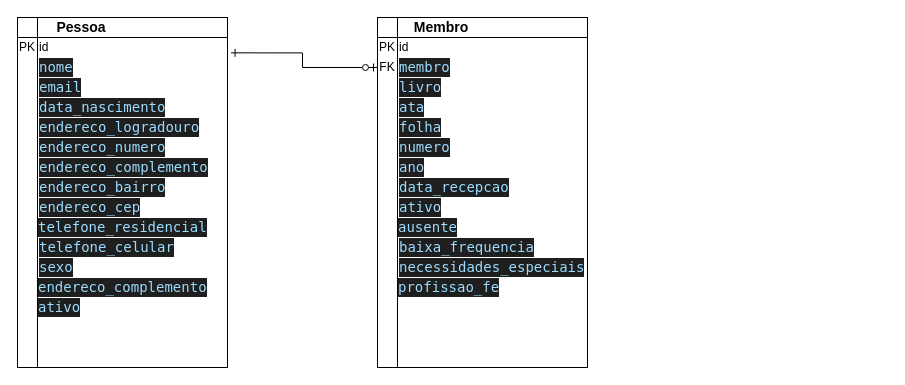
Earlier version of the draw.io diagram docs/entidade_relacionamento.drawio (gustavomca/django_mf). Source tidied: cells renumbered, new cells numbered last; positions are measured from the earlier drawing's top-left corner, leaving out a move shared by most shapes. Both pictures are drawn from the tidied source at 100%, with x=0, y=0 at pixel (17, 17).
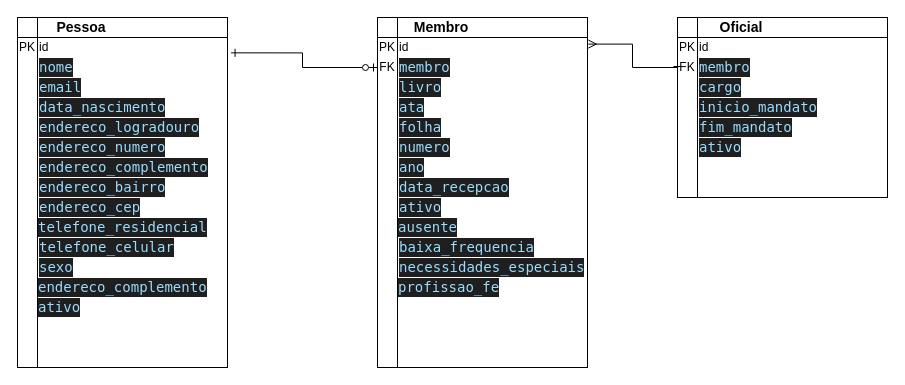
The same diagram, later.

Unchanged cells that the change refers to:
```xml
<mxCell id="22" style="shape=internalStorage;whiteSpace=wrap;html=1;backgroundOutline=1;" parent="21" vertex="1">
  <mxGeometry width="210" height="350" as="geometry" />
</mxCell>
```

What changed in the source:
```diff
@@
+    <mxCell id="40" style="group;" parent="1" vertex="1">
+      <mxGeometry x="660" width="210" height="180" as="geometry" />
+    </mxCell>
+    <mxCell id="41" style="shape=internalStorage;whiteSpace=wrap;html=1;backgroundOutline=1;" parent="40" vertex="1">
+      <mxGeometry width="210" height="180" as="geometry" />
+    </mxCell>
+    <mxCell id="42" value="id" style="text;html=1;strokeColor=none;fillColor=none;align=left;verticalAlign=middle;whiteSpace=wrap;rounded=0;" parent="40" vertex="1">
+      <mxGeometry x="20" y="20" width="90" height="20" as="geometry" />
+    </mxCell>
+    <mxCell id="43" value="&lt;div style=&quot;color: rgb(204, 204, 204); background-color: rgb(31, 31, 31); font-family: &amp;quot;Droid Sans Mono&amp;quot;, &amp;quot;monospace&amp;quot;, monospace; font-weight: normal; font-size: 14px; line-height: 19px;&quot;&gt;&lt;div&gt;&lt;span style=&quot;color: #9cdcfe;&quot;&gt;membro&lt;/span&gt;&lt;/div&gt;&lt;/div&gt;" style="text;html=1;strokeColor=none;fillColor=none;align=left;verticalAlign=middle;whiteSpace=wrap;rounded=0;" parent="40" vertex="1">
+      <mxGeometry x="20" y="40" width="90" height="20" as="geometry" />
+    </mxCell>
+    <mxCell id="44" value="&lt;div style=&quot;color: rgb(204, 204, 204); background-color: rgb(31, 31, 31); font-family: &amp;quot;Droid Sans Mono&amp;quot;, &amp;quot;monospace&amp;quot;, monospace; font-weight: normal; font-size: 14px; line-height: 19px;&quot;&gt;&lt;div&gt;&lt;span style=&quot;color: #9cdcfe;&quot;&gt;cargo&lt;/span&gt;&lt;/div&gt;&lt;/div&gt;" style="text;html=1;strokeColor=none;fillColor=none;align=left;verticalAlign=middle;whiteSpace=wrap;rounded=0;" parent="40" vertex="1">
+      <mxGeometry x="20" y="60" width="90" height="20" as="geometry" />
+    </mxCell>
+    <mxCell id="45" value="&lt;div style=&quot;color: rgb(204, 204, 204); background-color: rgb(31, 31, 31); font-family: &amp;quot;Droid Sans Mono&amp;quot;, &amp;quot;monospace&amp;quot;, monospace; font-weight: normal; font-size: 14px; line-height: 19px;&quot;&gt;&lt;div&gt;&lt;span style=&quot;color: #9cdcfe;&quot;&gt;inicio_mandato&lt;/span&gt;&lt;/div&gt;&lt;/div&gt;" style="text;html=1;strokeColor=none;fillColor=none;align=left;verticalAlign=middle;whiteSpace=wrap;rounded=0;" parent="40" vertex="1">
+      <mxGeometry x="20" y="80" width="90" height="20" as="geometry" />
+    </mxCell>
+    <mxCell id="46" value="&lt;div style=&quot;color: rgb(204, 204, 204); background-color: rgb(31, 31, 31); font-family: &amp;quot;Droid Sans Mono&amp;quot;, &amp;quot;monospace&amp;quot;, monospace; font-weight: normal; font-size: 14px; line-height: 19px;&quot;&gt;&lt;div&gt;&lt;span style=&quot;color: #9cdcfe;&quot;&gt;fim_mandato&lt;/span&gt;&lt;/div&gt;&lt;/div&gt;" style="text;html=1;strokeColor=none;fillColor=none;align=left;verticalAlign=middle;whiteSpace=wrap;rounded=0;" parent="40" vertex="1">
+      <mxGeometry x="20" y="100" width="90" height="20" as="geometry" />
+    </mxCell>
+    <mxCell id="47" value="&lt;div style=&quot;color: rgb(204, 204, 204); background-color: rgb(31, 31, 31); font-family: &amp;quot;Droid Sans Mono&amp;quot;, &amp;quot;monospace&amp;quot;, monospace; font-weight: normal; font-size: 14px; line-height: 19px;&quot;&gt;&lt;div&gt;&lt;span style=&quot;color: #9cdcfe;&quot;&gt;ativo&lt;/span&gt;&lt;/div&gt;&lt;/div&gt;" style="text;html=1;strokeColor=none;fillColor=none;align=left;verticalAlign=middle;whiteSpace=wrap;rounded=0;" parent="40" vertex="1">
+      <mxGeometry x="20" y="120" width="90" height="20" as="geometry" />
+    </mxCell>
+    <mxCell id="48" value="Oficial" style="text;html=1;strokeColor=none;fillColor=none;align=center;verticalAlign=middle;whiteSpace=wrap;rounded=0;fontSize=14;fontStyle=1;" parent="40" vertex="1">
+      <mxGeometry x="19" width="90" height="20" as="geometry" />
+    </mxCell>
+    <mxCell id="49" value="PK" style="text;html=1;strokeColor=none;fillColor=none;align=center;verticalAlign=middle;whiteSpace=wrap;rounded=0;" parent="40" vertex="1">
+      <mxGeometry y="20" width="20" height="20" as="geometry" />
+    </mxCell>
+    <mxCell id="50" value="FK" style="text;html=1;strokeColor=none;fillColor=none;align=center;verticalAlign=middle;whiteSpace=wrap;rounded=0;" parent="40" vertex="1">
+      <mxGeometry y="40" width="20" height="20" as="geometry" />
+    </mxCell>
+    <mxCell id="51" style="endArrow=ERone;html=1;fontSize=14;entryX=0;entryY=0.25;entryDx=0;entryDy=0;rounded=0;strokeColor=default;edgeStyle=orthogonalEdgeStyle;startArrow=ERmany;startFill=0;endFill=0;exitX=1.004;exitY=0.076;exitDx=0;exitDy=0;exitPerimeter=0;" parent="1" edge="1" source="22" target="41">
+      <mxGeometry relative="1" as="geometry">
+        <Array as="points">
+          <mxPoint x="615" y="27" />
+          <mxPoint x="615" y="50" />
+          <mxPoint x="660" y="50" />
+        </Array>
+      </mxGeometry>
+    </mxCell>
```
